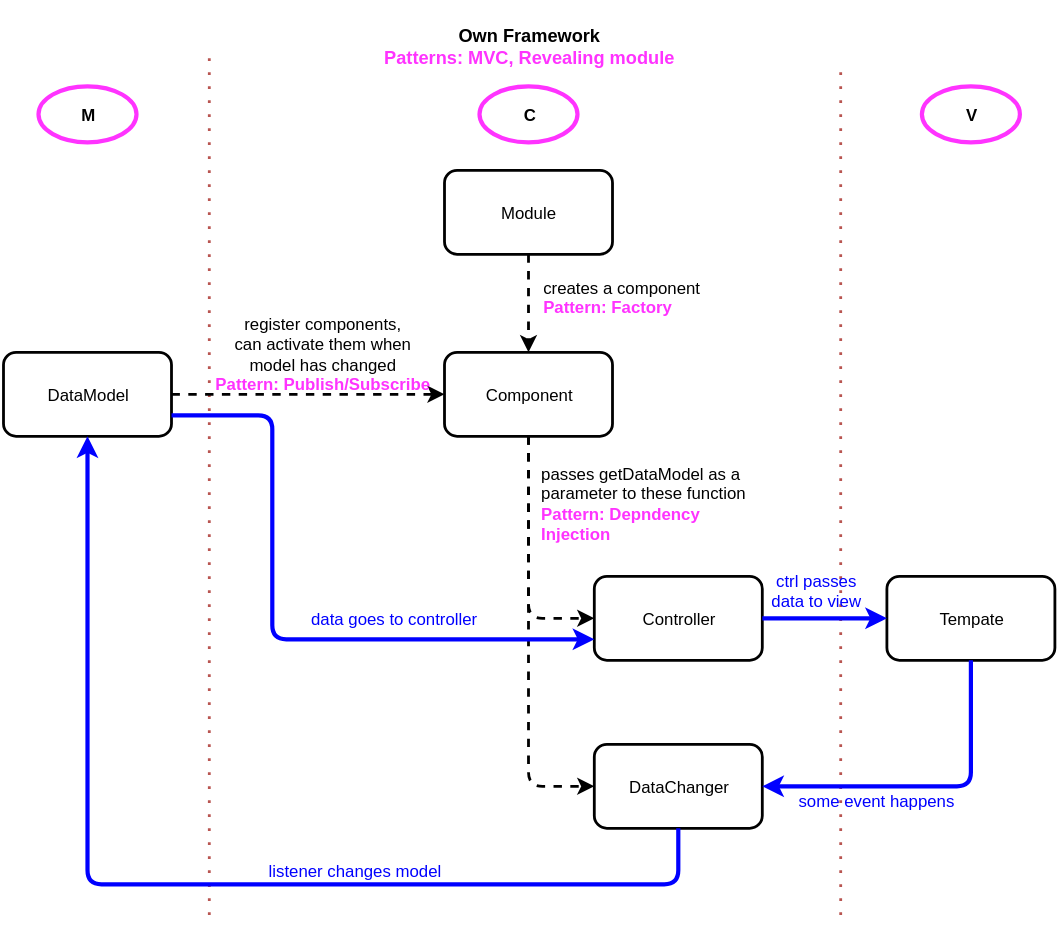
Above: diagram/diagram.svg in igor0ser/o2 (draw.io), before the change. Source tidied: cells renumbered, new cells last; positions are measured from the earlier drawing's top-left corner, leaving out a move shared by most shapes.
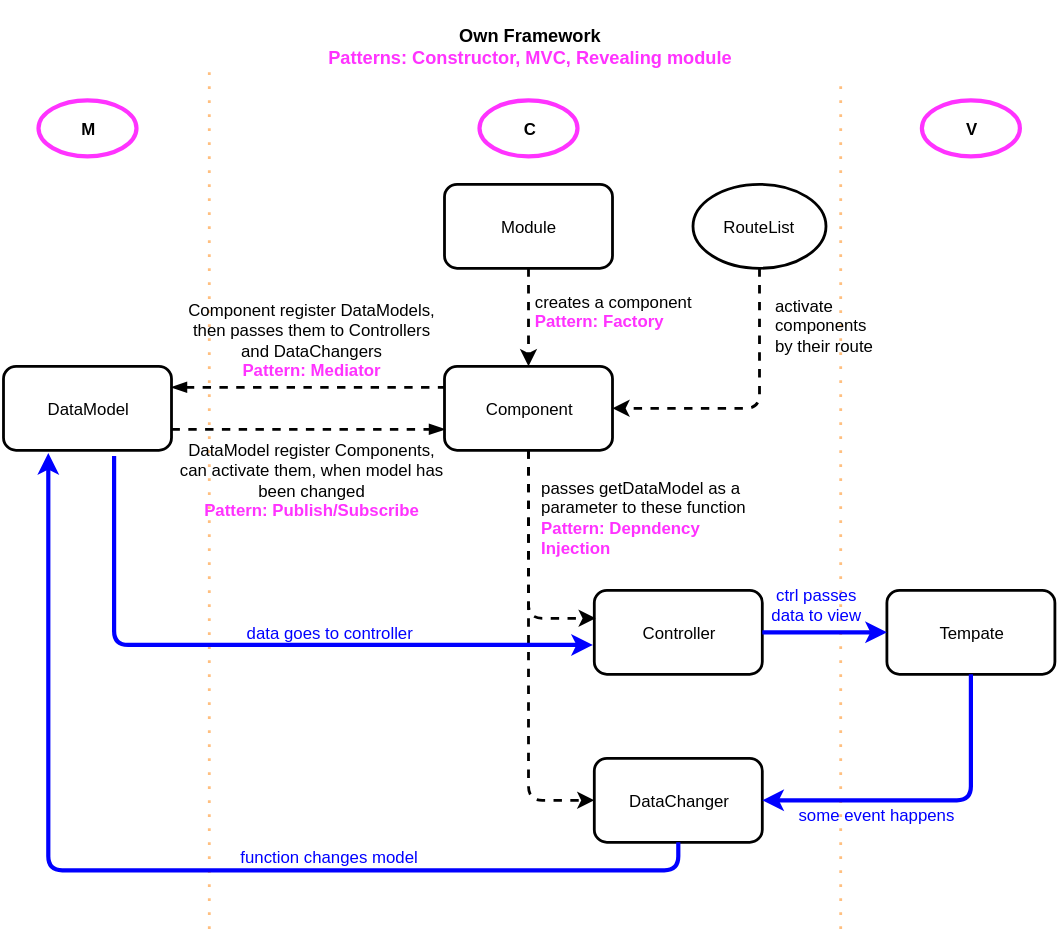
Later version of the same file.

Commit message:
increased diagram

What changed in the source:
```diff
@@ -17,10 +17,10 @@
     <mxCell id="6" value="V" style="ellipse;whiteSpace=wrap;html=1;fontStyle=1;strokeWidth=3;fillColor=#ffffff;strokeColor=#FF33FF;" parent="1" vertex="1">
       <mxGeometry x="656" y="60" width="70" height="40" as="geometry" />
     </mxCell>
-    <mxCell id="7" style="line;direction=south;html=1;strokeWidth=2;plain-red;dashed=1;dashPattern=1 4;" parent="1" vertex="1">
+    <mxCell id="7" style="line;direction=south;html=1;strokeWidth=2;plain-red;dashed=1;dashPattern=1 4;strokeColor=#FF8000;opacity=50;" parent="1" vertex="1">
       <mxGeometry x="593" y="50" width="10" height="610" as="geometry" />
     </mxCell>
-    <mxCell id="8" style="line;direction=south;html=1;strokeWidth=2;plain-red;dashed=1;dashPattern=1 4;" parent="1" vertex="1">
+    <mxCell id="8" style="line;direction=south;html=1;strokeWidth=2;plain-red;dashed=1;dashPattern=1 4;strokeColor=#FF8000;opacity=50;" parent="1" vertex="1">
       <mxGeometry x="142" y="40" width="10" height="620" as="geometry" />
     </mxCell>
     <mxCell id="9" value="Tempate" style="rounded=1;whiteSpace=wrap;html=1;strokeWidth=2;" parent="1" vertex="1">
@@ -39,13 +39,13 @@
       <mxGeometry relative="1" as="geometry" />
     </mxCell>
     <mxCell id="14" value="&lt;div style=&quot;text-align: left&quot;&gt;&lt;span style=&quot;line-height: 1.2&quot;&gt;creates a component&lt;/span&gt;&lt;/div&gt;&lt;b&gt;&lt;div style=&quot;text-align: left&quot;&gt;&lt;b style=&quot;line-height: 1.2&quot;&gt;&lt;font color=&quot;#ff33ff&quot;&gt;Pattern: Factory&lt;/font&gt;&lt;/b&gt;&lt;/div&gt;&lt;/b&gt;" style="text;html=1;strokeColor=none;fillColor=none;align=center;verticalAlign=middle;whiteSpace=wrap;overflow=hidden;" parent="1" vertex="1">
-      <mxGeometry x="375" y="180" width="132" height="60" as="geometry" />
+      <mxGeometry x="369" y="180" width="132" height="60" as="geometry" />
     </mxCell>
-    <mxCell id="15" style="endArrow=classic;html=1;exitX=1;exitY=0.5;entryX=0;entryY=0.5;dashed=1;strokeWidth=2;" parent="1" edge="1" source="2" target="10">
+    <mxCell id="15" style="endArrow=none;html=1;exitX=1;exitY=0.25;entryX=0;entryY=0.25;dashed=1;strokeWidth=2;startArrow=blockThin;startFill=1;endFill=0;" parent="1" edge="1" source="2" target="10">
       <mxGeometry relative="1" as="geometry" />
     </mxCell>
-    <mxCell id="16" value="register components,&lt;div&gt;can activate them when model has changed&lt;br&gt;&lt;font color=&quot;#ff33ff&quot;&gt;&lt;b&gt;Pattern: Publish/Subscribe&lt;/b&gt;&lt;/font&gt;&lt;/div&gt;" style="text;html=1;strokeColor=none;fillColor=none;align=center;verticalAlign=middle;whiteSpace=wrap;overflow=hidden;" parent="1" vertex="1">
-      <mxGeometry x="147" y="220" width="162" height="60" as="geometry" />
+    <mxCell id="16" value="&lt;span&gt;DataModel&amp;nbsp;&lt;/span&gt;register Components,&lt;div&gt;can activate them, when model has been changed&lt;br&gt;&lt;font color=&quot;#ff33ff&quot;&gt;&lt;b&gt;Pattern: Publish/Subscribe&lt;/b&gt;&lt;/font&gt;&lt;/div&gt;" style="text;html=1;strokeColor=none;fillColor=none;align=center;verticalAlign=middle;whiteSpace=wrap;overflow=hidden;" parent="1" vertex="1">
+      <mxGeometry x="120" y="290" width="200" height="80" as="geometry" />
     </mxCell>
     <mxCell id="17" style="edgeStyle=orthogonalEdgeStyle;rounded=0;html=1;exitX=0.5;exitY=1;jettySize=auto;orthogonalLoop=1;" parent="1" edge="1" source="5" target="5">
       <mxGeometry relative="1" as="geometry" />
@@ -53,10 +53,10 @@
     <mxCell id="18" style="edgeStyle=orthogonalEdgeStyle;rounded=0;html=1;exitX=0.5;exitY=1;jettySize=auto;orthogonalLoop=1;" parent="1" edge="1" source="16" target="16">
       <mxGeometry relative="1" as="geometry" />
     </mxCell>
-    <mxCell id="19" style="endArrow=classic;html=1;exitX=0.5;exitY=1;entryX=0;entryY=0.5;strokeWidth=2;dashed=1;" parent="1" edge="1" source="10" target="11">
+    <mxCell id="19" style="endArrow=classic;html=1;exitX=0.5;exitY=1;entryX=0.006;entryY=0.328;strokeWidth=2;dashed=1;entryPerimeter=0;" parent="1" edge="1" source="10" target="11">
       <mxGeometry relative="1" as="geometry">
         <Array as="points">
-          <mxPoint x="375" y="440" />
+          <mxPoint x="375" y="430" />
         </Array>
       </mxGeometry>
     </mxCell>
@@ -80,22 +80,23 @@
         </Array>
       </mxGeometry>
     </mxCell>
-    <mxCell id="24" style="endArrow=classic;html=1;exitX=0.5;exitY=1;entryX=0.5;entryY=1;plain-blue;strokeColor=#0000FF;strokeWidth=3;" parent="1" edge="1" source="12" target="2">
+    <mxCell id="24" style="endArrow=classic;html=1;exitX=0.5;exitY=1;plain-blue;strokeColor=#0000FF;strokeWidth=3;" parent="1" edge="1" source="12">
       <mxGeometry relative="1" as="geometry">
+        <mxPoint x="32" y="312" as="targetPoint" />
         <Array as="points">
-          <mxPoint x="482" y="630" />
-          <mxPoint x="60" y="630" />
+          <mxPoint x="482" y="610" />
+          <mxPoint x="32" y="610" />
+          <mxPoint x="32" y="480" />
         </Array>
       </mxGeometry>
     </mxCell>
-    <mxCell id="25" value="&lt;font color=&quot;#0000ff&quot;&gt;listener changes model&lt;/font&gt;" style="text;html=1;strokeColor=none;fillColor=none;align=center;verticalAlign=middle;whiteSpace=wrap;overflow=hidden;" parent="1" vertex="1">
-      <mxGeometry x="160" y="590" width="180" height="60" as="geometry" />
+    <mxCell id="25" value="&lt;font color=&quot;#0000ff&quot;&gt;function changes model&lt;/font&gt;" style="text;html=1;strokeColor=none;fillColor=none;align=center;verticalAlign=middle;whiteSpace=wrap;overflow=hidden;" parent="1" vertex="1">
+      <mxGeometry x="142" y="570" width="180" height="60" as="geometry" />
     </mxCell>
-    <mxCell id="26" style="endArrow=classic;html=1;strokeWidth=3;exitX=1;exitY=0.75;entryX=0;entryY=0.75;strokeColor=#0000FF;" parent="1" edge="1" source="2" target="11">
+    <mxCell id="26" style="endArrow=classic;html=1;strokeWidth=3;entryX=-0.006;entryY=0.65;strokeColor=#0000FF;exitX=0.658;exitY=1.067;exitPerimeter=0;entryPerimeter=0;" parent="1" edge="1" source="2" target="11">
       <mxGeometry relative="1" as="geometry">
         <Array as="points">
-          <mxPoint x="192" y="295" />
-          <mxPoint x="192" y="455" />
+          <mxPoint x="79" y="449" />
         </Array>
       </mxGeometry>
     </mxCell>
@@ -103,13 +104,32 @@
       <mxGeometry x="546" y="540" width="153" height="60" as="geometry" />
     </mxCell>
     <mxCell id="28" value="&lt;font color=&quot;#0000ff&quot;&gt;data goes to controller&lt;/font&gt;" style="text;html=1;strokeColor=none;fillColor=none;align=center;verticalAlign=middle;whiteSpace=wrap;overflow=hidden;" parent="1" vertex="1">
-      <mxGeometry x="202" y="410" width="153" height="60" as="geometry" />
+      <mxGeometry x="156" y="410" width="153" height="60" as="geometry" />
     </mxCell>
     <mxCell id="29" value="&lt;font color=&quot;#0000ff&quot;&gt;ctrl passes data to view&lt;/font&gt;" style="text;html=1;strokeColor=none;fillColor=none;align=center;verticalAlign=middle;whiteSpace=wrap;overflow=hidden;" parent="1" vertex="1">
       <mxGeometry x="546" y="390" width="69" height="60" as="geometry" />
     </mxCell>
-    <mxCell id="30" value="&lt;div&gt;&lt;font style=&quot;font-size: 13px&quot;&gt;&lt;b&gt;Own Framework&lt;/b&gt;&lt;br&gt;&lt;font color=&quot;#ff33ff&quot;&gt;&lt;b&gt;Patterns: MVC, Revealing module&lt;/b&gt;&lt;/font&gt;&lt;/font&gt;&lt;/div&gt;" style="text;html=1;strokeColor=none;fillColor=none;align=center;verticalAlign=middle;whiteSpace=wrap;overflow=hidden;" parent="1" vertex="1">
-      <mxGeometry x="261" width="228" height="60" as="geometry" />
+    <mxCell id="30" value="&lt;div&gt;&lt;font style=&quot;font-size: 13px&quot;&gt;&lt;b&gt;Own Framework&lt;/b&gt;&lt;br&gt;&lt;font color=&quot;#ff33ff&quot;&gt;&lt;b&gt;Patterns: Constructor, MVC, Revealing module&lt;/b&gt;&lt;/font&gt;&lt;/font&gt;&lt;/div&gt;" style="text;html=1;strokeColor=none;fillColor=none;align=center;verticalAlign=middle;whiteSpace=wrap;overflow=hidden;" parent="1" vertex="1">
+      <mxGeometry x="225" y="-10" width="301" height="60" as="geometry" />
     </mxCell>
+    <mxCell id="31" value="RouteList" style="ellipse;whiteSpace=wrap;html=1;strokeColor=#000000;strokeWidth=2;" parent="1" vertex="1">
+      <mxGeometry x="492" y="120" width="95" height="60" as="geometry" />
+    </mxCell>
+    <mxCell id="32" style="endArrow=classic;html=1;strokeColor=#000000;strokeWidth=2;exitX=0.5;exitY=1;entryX=1;entryY=0.5;dashed=1;" parent="1" edge="1" source="31" target="10">
+      <mxGeometry relative="1" as="geometry">
+        <Array as="points">
+          <mxPoint x="540" y="280" />
+        </Array>
+      </mxGeometry>
+    </mxCell>
+    <mxCell id="33" style="endArrow=blockThin;html=1;exitX=1;exitY=0.75;entryX=0;entryY=0.75;dashed=1;strokeWidth=2;startArrow=none;startFill=0;endFill=1;" parent="1" edge="1" source="2" target="10">
+      <mxGeometry x="168.3" y="285" as="geometry" />
+    </mxCell>
+    <mxCell id="34" value="&lt;span&gt;Component&amp;nbsp;&lt;/span&gt;register DataModels,&lt;div&gt;then passes them to Controllers and DataChangers&lt;br&gt;&lt;font color=&quot;#ff33ff&quot;&gt;&lt;b&gt;Pattern: Mediator&lt;/b&gt;&lt;/font&gt;&lt;/div&gt;" style="text;html=1;strokeColor=none;fillColor=none;align=center;verticalAlign=middle;whiteSpace=wrap;overflow=hidden;" parent="1" vertex="1">
+      <mxGeometry x="125" y="190" width="190" height="80" as="geometry" />
+    </mxCell>
+    <mxCell id="35" value="&lt;div style=&quot;text-align: left&quot;&gt;activate components by their route&lt;/div&gt;" style="text;html=1;strokeColor=none;fillColor=none;align=center;verticalAlign=middle;whiteSpace=wrap;overflow=hidden;" parent="1" vertex="1">
+      <mxGeometry x="549" y="180" width="82" height="80" as="geometry" />
+    </mxCell>
   </root>
 </mxGraphModel>
```
